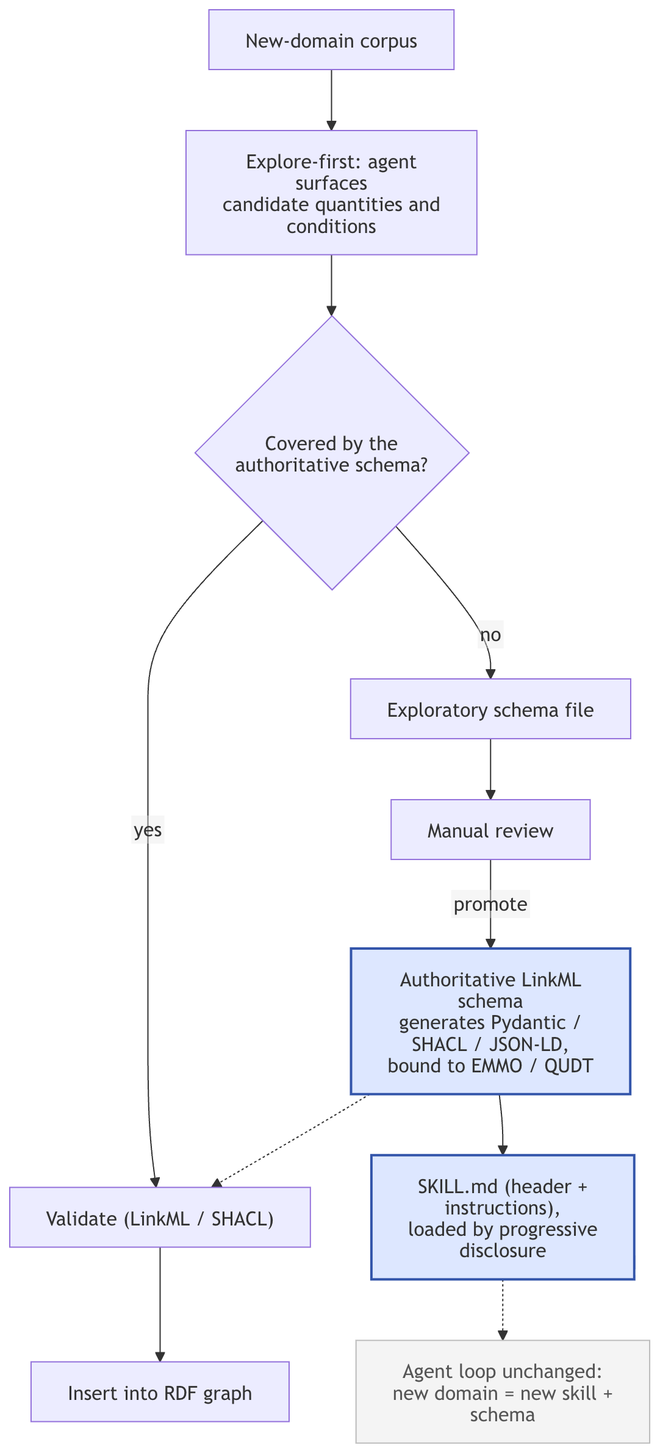
sleipnir029/palimpsest keeps this Mermaid diagram as report/figures/skill-mechanism.png. Above is the earlier version. Its source is kept beside it as report/figures/skill-mechanism.mmd. Its diagram source:
```mermaid
flowchart TB
    CORP["New-domain corpus"]
    EXP["Explore-first: agent surfaces<br/>candidate quantities and conditions"]
    CORP --> EXP
    DEC{"Covered by the<br/>authoritative schema?"}
    EXP --> DEC
    DEC -->|yes| VAL["Validate (LinkML / SHACL)"]
    VAL --> INS["Insert into RDF graph"]
    DEC -->|no| EXPL["Exploratory schema file"]
    EXPL --> REV["Manual review"]
    REV -->|promote| SCH["Authoritative LinkML schema<br/>generates Pydantic / SHACL / JSON-LD,<br/>bound to EMMO / QUDT"]
    SCH -.-> VAL
    SCH --> SKILL["SKILL.md (header + instructions),<br/>loaded by progressive disclosure"]
    SKILL -.-> NOTE["Agent loop unchanged:<br/>new domain = new skill + schema"]
    classDef hi fill:#dde7ff,stroke:#3355aa,stroke-width:2px
    classDef note fill:#f4f4f4,stroke:#bbb,color:#555
    class SCH,SKILL hi
    class NOTE note
```
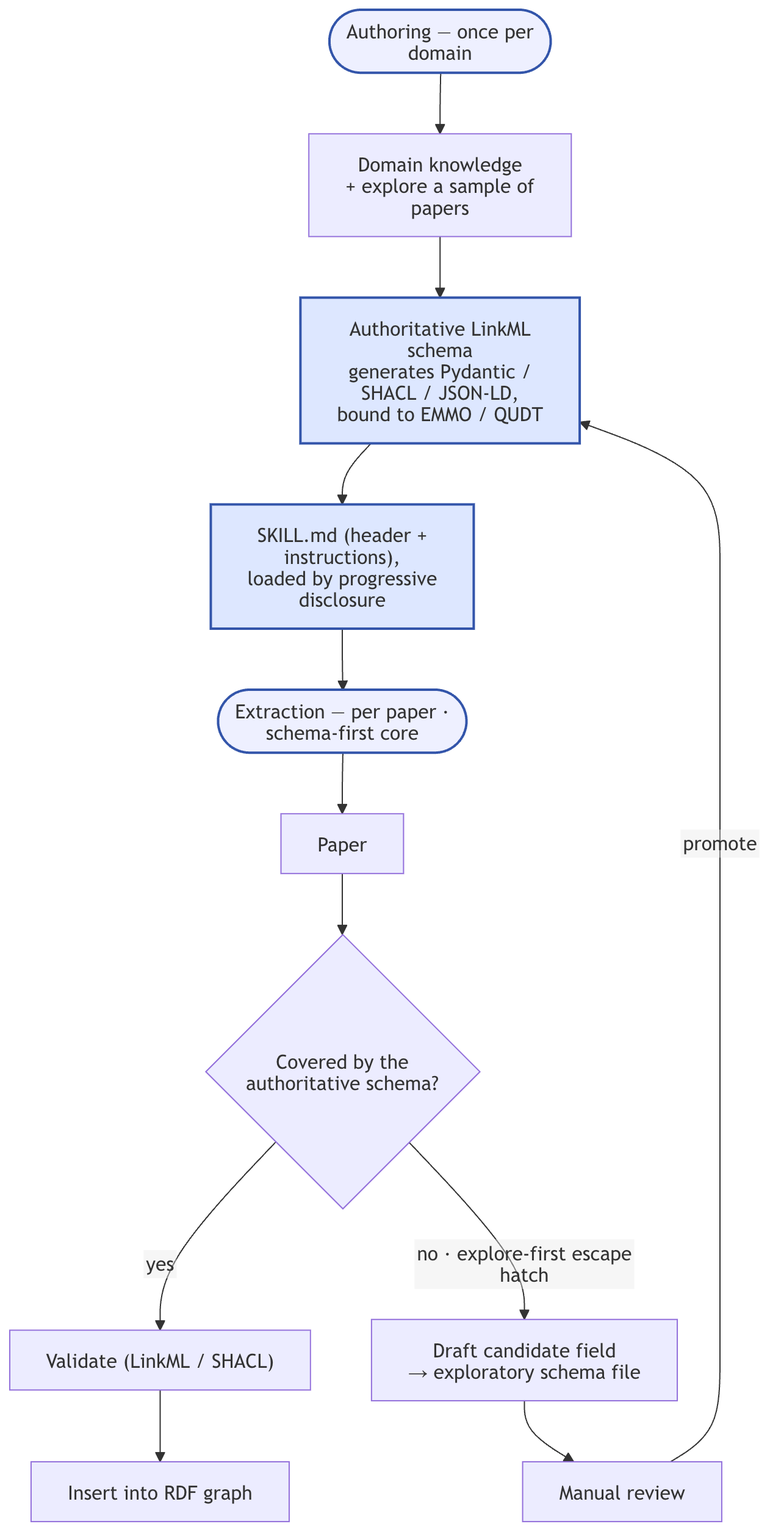
Later version of the same file.

Commit message:
docs(report): fix schema-first vs explore-first figure/prose contradiction

Change to the diagram source:
```diff
@@ -1,18 +1,23 @@
 flowchart TB
-    CORP["New-domain corpus"]
-    EXP["Explore-first: agent surfaces<br/>candidate quantities and conditions"]
-    CORP --> EXP
+    A0(["Authoring — once per domain"]):::phase
+    DK["Domain knowledge<br/>+ explore a sample of papers"]
+    SCH["Authoritative LinkML schema<br/>generates Pydantic / SHACL / JSON-LD,<br/>bound to EMMO / QUDT"]
+    SKILL["SKILL.md (header + instructions),<br/>loaded by progressive disclosure"]
+    A0 --> DK --> SCH --> SKILL
+
+    B0(["Extraction — per paper · schema-first core"]):::phase
+    PAPER["Paper"]
     DEC{"Covered by the<br/>authoritative schema?"}
-    EXP --> DEC
-    DEC -->|yes| VAL["Validate (LinkML / SHACL)"]
-    VAL --> INS["Insert into RDF graph"]
-    DEC -->|no| EXPL["Exploratory schema file"]
-    EXPL --> REV["Manual review"]
-    REV -->|promote| SCH["Authoritative LinkML schema<br/>generates Pydantic / SHACL / JSON-LD,<br/>bound to EMMO / QUDT"]
-    SCH -.-> VAL
-    SCH --> SKILL["SKILL.md (header + instructions),<br/>loaded by progressive disclosure"]
-    SKILL -.-> NOTE["Agent loop unchanged:<br/>new domain = new skill + schema"]
+    VAL["Validate (LinkML / SHACL)"]
+    INS["Insert into RDF graph"]
+    EXPL["Draft candidate field<br/>→ exploratory schema file"]
+    REV["Manual review"]
+    SKILL --> B0
+    B0 --> PAPER --> DEC
+    DEC -->|yes| VAL --> INS
+    DEC -->|"no · explore-first escape hatch"| EXPL --> REV
+    REV -->|promote| SCH
+
+    classDef phase fill:#eef0ff,stroke:#3355aa,stroke-width:2px
     classDef hi fill:#dde7ff,stroke:#3355aa,stroke-width:2px
-    classDef note fill:#f4f4f4,stroke:#bbb,color:#555
     class SCH,SKILL hi
-    class NOTE note
```
